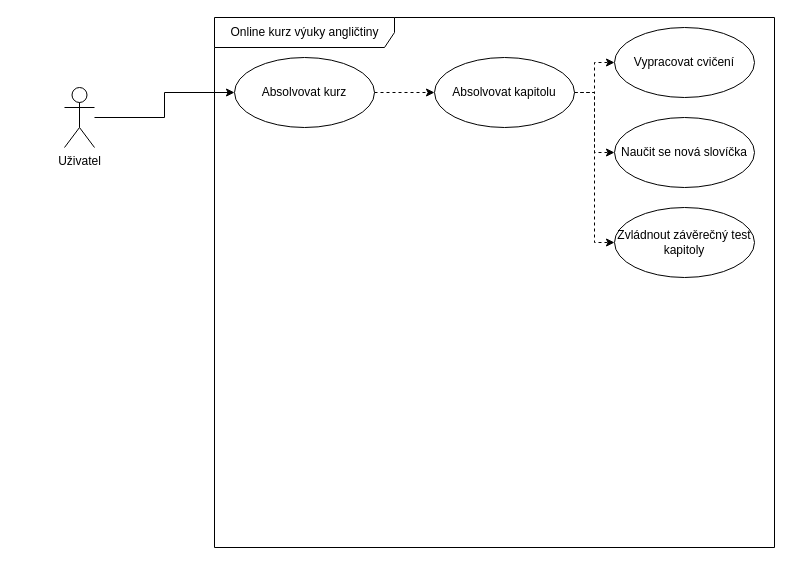
This is UserCase.drawio from st58229/IWWW, a draw.io file, before an edit. Source tidied: cells renumbered, new cells numbered last; positions are measured from the earlier drawing's top-left corner, leaving out a move shared by most shapes. Both pictures are drawn from the tidied source at 100%, with x=0, y=0 at pixel (64, 17).
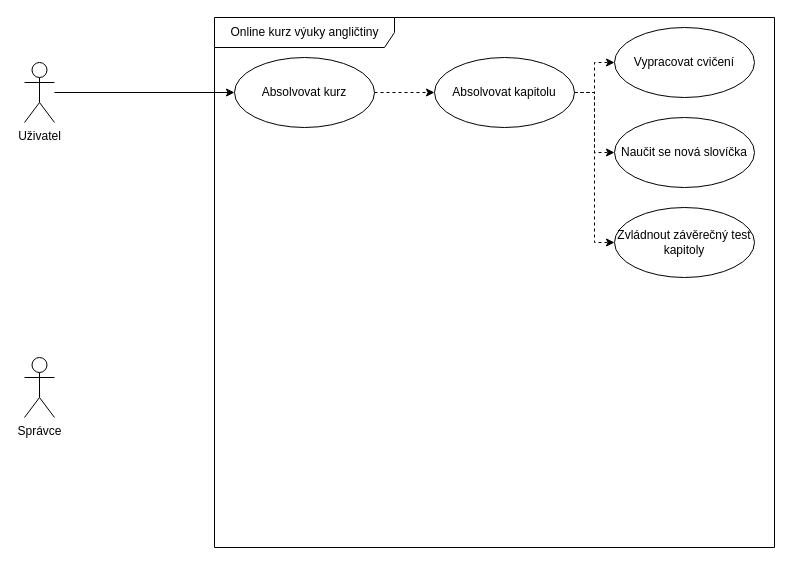
Above is the later version.

Diff of the diagram source:
```diff
@@
 <mxGraphModel>
   <root>
     <mxCell id="0" />
     <mxCell id="1" parent="0" />
     <mxCell id="2" style="edgeStyle=orthogonalEdgeStyle;rounded=0;jettySize=auto;html=1;" parent="1" edge="1" source="3" target="6">
       <mxGeometry relative="1" as="geometry" />
     </mxCell>
     <mxCell id="3" value="Uživatel" style="shape=umlActor;verticalLabelPosition=bottom;verticalAlign=top;html=1;" parent="1" vertex="1">
-      <mxGeometry y="70" width="30" height="60" as="geometry" />
+      <mxGeometry x="-40" y="45" width="30" height="60" as="geometry" />
     </mxCell>
     <mxCell id="4" value="Online kurz výuky angličtiny" style="shape=umlFrame;width=180;height=30;labelBackgroundColor=none;labelBorderColor=none;html=1;swimlaneFillColor=none;sketch=0;shadow=0;" parent="1" vertex="1">
       <mxGeometry x="150" width="560" height="530" as="geometry" />
     </mxCell>
     <mxCell id="5" style="edgeStyle=orthogonalEdgeStyle;rounded=0;jettySize=auto;html=1;entryX=0;entryY=0.5;entryDx=0;entryDy=0;dashed=1;" parent="1" edge="1" source="6" target="10">
       <mxGeometry relative="1" as="geometry" />
     </mxCell>
     <mxCell id="6" value="Absolvovat kurz" style="ellipse;whiteSpace=wrap;html=1;shadow=0;labelBackgroundColor=none;sketch=0;strokeColor=#000000;gradientColor=none;" parent="1" vertex="1">
       <mxGeometry x="170" y="40" width="140" height="70" as="geometry" />
     </mxCell>
     <mxCell id="7" style="edgeStyle=orthogonalEdgeStyle;rounded=0;jettySize=auto;html=1;dashed=1;" parent="1" edge="1" source="10" target="11">
       <mxGeometry relative="1" as="geometry" />
     </mxCell>
     <mxCell id="8" style="edgeStyle=orthogonalEdgeStyle;rounded=0;jettySize=auto;html=1;entryX=0;entryY=0.5;entryDx=0;entryDy=0;dashed=1;" parent="1" edge="1" source="10" target="12">
       <mxGeometry relative="1" as="geometry" />
     </mxCell>
     <mxCell id="9" style="edgeStyle=orthogonalEdgeStyle;rounded=0;jettySize=auto;html=1;entryX=0;entryY=0.5;entryDx=0;entryDy=0;dashed=1;" parent="1" edge="1" source="10" target="13">
       <mxGeometry relative="1" as="geometry" />
     </mxCell>
     <mxCell id="10" value="Absolvovat kapitolu" style="ellipse;whiteSpace=wrap;html=1;shadow=0;labelBackgroundColor=none;sketch=0;strokeColor=#000000;gradientColor=none;" parent="1" vertex="1">
       <mxGeometry x="370" y="40" width="140" height="70" as="geometry" />
     </mxCell>
     <mxCell id="11" value="Vypracovat cvičení" style="ellipse;whiteSpace=wrap;html=1;shadow=0;labelBackgroundColor=none;sketch=0;strokeColor=#000000;gradientColor=none;" parent="1" vertex="1">
       <mxGeometry x="550" y="10" width="140" height="70" as="geometry" />
     </mxCell>
     <mxCell id="12" value="Naučit se nová slovíčka" style="ellipse;whiteSpace=wrap;html=1;shadow=0;labelBackgroundColor=none;sketch=0;strokeColor=#000000;gradientColor=none;" parent="1" vertex="1">
       <mxGeometry x="550" y="100" width="140" height="70" as="geometry" />
     </mxCell>
     <mxCell id="13" value="Zvládnout závěrečný test kapitoly" style="ellipse;whiteSpace=wrap;html=1;shadow=0;labelBackgroundColor=none;sketch=0;strokeColor=#000000;gradientColor=none;" parent="1" vertex="1">
       <mxGeometry x="550" y="190" width="140" height="70" as="geometry" />
     </mxCell>
+    <mxCell id="14" value="Správce" style="shape=umlActor;verticalLabelPosition=bottom;verticalAlign=top;html=1;shadow=0;labelBackgroundColor=none;sketch=0;strokeColor=#000000;gradientColor=none;" parent="1" vertex="1">
+      <mxGeometry x="-40" y="340" width="30" height="60" as="geometry" />
+    </mxCell>
   </root>
 </mxGraphModel>
```
